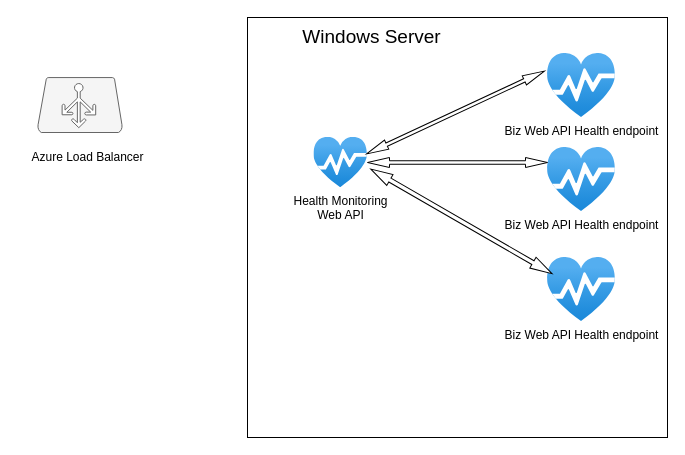
Above: Untitled Diagram.drawio in hdt4all/artifact (draw.io), before the change. Source tidied: cells renumbered, new cells numbered last; positions are measured from the earlier drawing's top-left corner, leaving out a move shared by most shapes. Both pictures are drawn from the tidied source at 100%, with x=0, y=0 at pixel (17, 17).
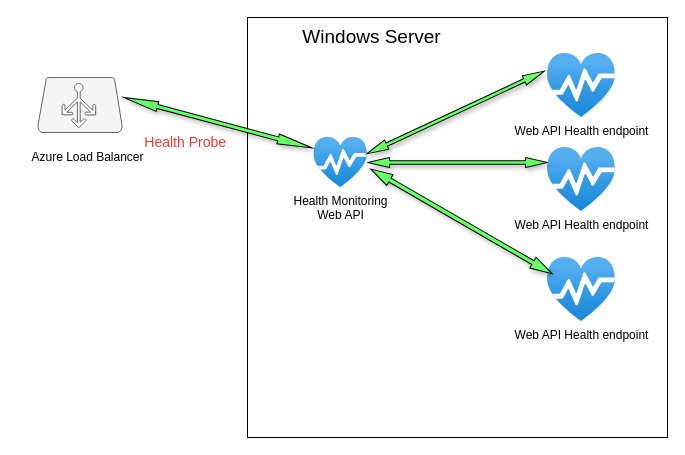
Above is the later version.

What changed in the source:
```diff
@@
 <mxGraphModel>
   <root>
     <mxCell id="0" />
     <mxCell id="1" parent="0" />
     <mxCell id="2" style="whiteSpace=wrap;html=1;" parent="1" vertex="1">
       <mxGeometry x="230" width="420" height="420" as="geometry" />
     </mxCell>
     <mxCell id="3" style="verticalLabelPosition=bottom;html=1;verticalAlign=top;align=center;strokeColor=#666666;fillColor=#f5f5f5;shape=mxgraph.azure.azure_load_balancer;fontColor=#333333;" parent="1" vertex="1">
       <mxGeometry x="20" y="60" width="85" height="55" as="geometry" />
     </mxCell>
     <mxCell id="4" value="Azure Load Balancer" style="text;html=1;align=center;verticalAlign=middle;strokeColor=none;fillColor=none;" parent="1" vertex="1">
       <mxGeometry y="130" width="140" height="20" as="geometry" />
     </mxCell>
     <mxCell id="5" value="&lt;font style=&quot;font-size: 19px&quot;&gt;Windows Server&lt;/font&gt;" style="text;html=1;align=center;verticalAlign=middle;strokeColor=none;fillColor=none;" parent="1" vertex="1">
       <mxGeometry x="279" y="10" width="150" height="20" as="geometry" />
     </mxCell>
-    <mxCell id="6" value="Biz Web API Health endpoint" style="html=1;align=center;image;fontSize=12;image=img/lib/azure2/general/Service_Health.svg;" parent="1" vertex="1">
+    <mxCell id="6" value="Web API Health endpoint" style="html=1;align=center;image;fontSize=12;image=img/lib/azure2/general/Service_Health.svg;" parent="1" vertex="1">
       <mxGeometry x="530" y="36" width="68" height="64" as="geometry" />
     </mxCell>
     <mxCell id="7" value="Health Monitoring &lt;br&gt;Web API" style="html=1;align=center;image;fontSize=12;image=img/lib/azure2/general/Service_Health.svg;" parent="1" vertex="1">
       <mxGeometry x="296.4" y="119.8" width="53.6" height="50.4" as="geometry" />
     </mxCell>
-    <mxCell id="8" value="Biz Web API Health endpoint" style="html=1;align=center;image;fontSize=12;image=img/lib/azure2/general/Service_Health.svg;" parent="1" vertex="1">
+    <mxCell id="8" value="Web API Health endpoint" style="html=1;align=center;image;fontSize=12;image=img/lib/azure2/general/Service_Health.svg;" parent="1" vertex="1">
       <mxGeometry x="530" y="130" width="68" height="64" as="geometry" />
     </mxCell>
-    <mxCell id="9" value="Biz Web API Health endpoint" style="html=1;align=center;image;fontSize=12;image=img/lib/azure2/general/Service_Health.svg;" parent="1" vertex="1">
+    <mxCell id="9" value="Web API Health endpoint" style="html=1;align=center;image;fontSize=12;image=img/lib/azure2/general/Service_Health.svg;" parent="1" vertex="1">
       <mxGeometry x="530" y="240" width="68" height="64" as="geometry" />
     </mxCell>
-    <mxCell id="10" style="html=1;shadow=0;dashed=0;align=center;verticalAlign=middle;shape=mxgraph.arrows2.twoWayArrow;dy=0.65;dx=22;fontSize=19;" parent="1" vertex="1">
+    <mxCell id="10" style="html=1;shadow=1;dashed=0;align=center;verticalAlign=middle;shape=mxgraph.arrows2.twoWayArrow;dy=0.65;dx=22;fontSize=19;fillColor=#66FF66;" parent="1" vertex="1">
       <mxGeometry x="350" y="140" width="180" height="10" as="geometry" />
     </mxCell>
-    <mxCell id="11" style="html=1;shadow=0;dashed=0;align=center;verticalAlign=middle;shape=mxgraph.arrows2.twoWayArrow;dy=0.65;dx=22;fontSize=19;rotation=-25;" parent="1" vertex="1">
+    <mxCell id="11" style="html=1;shadow=1;dashed=0;align=center;verticalAlign=middle;shape=mxgraph.arrows2.twoWayArrow;dy=0.65;dx=22;fontSize=19;rotation=-25;fillColor=#66FF66;" parent="1" vertex="1">
       <mxGeometry x="340" y="90" width="196" height="10" as="geometry" />
     </mxCell>
-    <mxCell id="12" style="html=1;shadow=0;dashed=0;align=center;verticalAlign=middle;shape=mxgraph.arrows2.twoWayArrow;dy=0.65;dx=22;fontSize=19;rotation=30;" parent="1" vertex="1">
+    <mxCell id="12" style="html=1;shadow=1;dashed=0;align=center;verticalAlign=middle;shape=mxgraph.arrows2.twoWayArrow;dy=0.65;dx=22;fontSize=19;rotation=30;fillColor=#66FF66;" parent="1" vertex="1">
       <mxGeometry x="339.3" y="197.6" width="209.2" height="12.5" as="geometry" />
     </mxCell>
+    <mxCell id="13" style="html=1;shadow=1;align=center;verticalAlign=middle;shape=mxgraph.arrows2.twoWayArrow;dy=0.6;dx=35;labelBackgroundColor=#FFCCE6;fontSize=14;fontColor=#FF3333;rotation=15;sketch=0;fillColor=#66FF66;" parent="1" vertex="1">
+      <mxGeometry x="102.8" y="100.2" width="195" height="10" as="geometry" />
+    </mxCell>
+    <mxCell id="14" value="&lt;div style=&quot;text-align: justify&quot;&gt;&lt;span style=&quot;line-height: 1.2&quot;&gt;Health Probe&lt;/span&gt;&lt;/div&gt;" style="text;html=1;align=right;verticalAlign=middle;strokeColor=none;fillColor=none;fontSize=14;fontColor=#FF3333;" parent="1" vertex="1">
+      <mxGeometry x="110" y="115" width="100" height="20" as="geometry" />
+    </mxCell>
   </root>
 </mxGraphModel>
```
